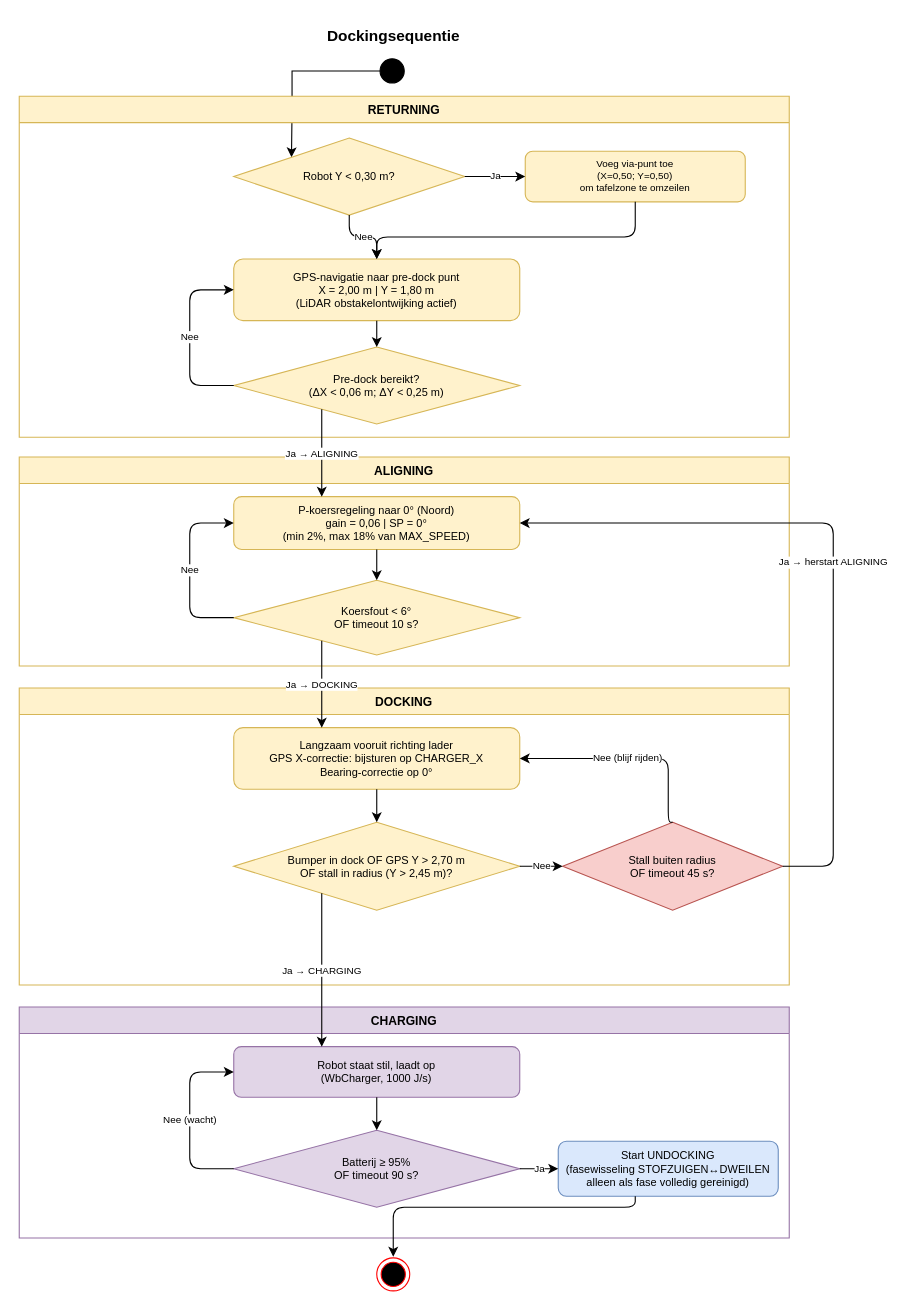
The draw.io diagram docs/diagrams/draw.io/docking.drawio in DenGian/roomba-webots-digital-twin, before the edit. Source tidied: cells renumbered, new cells numbered last; positions are measured from the earlier drawing's top-left corner, leaving out a move shared by most shapes. Both pictures are drawn from the tidied source at 110%, with x=0, y=0 at pixel (19, 19).
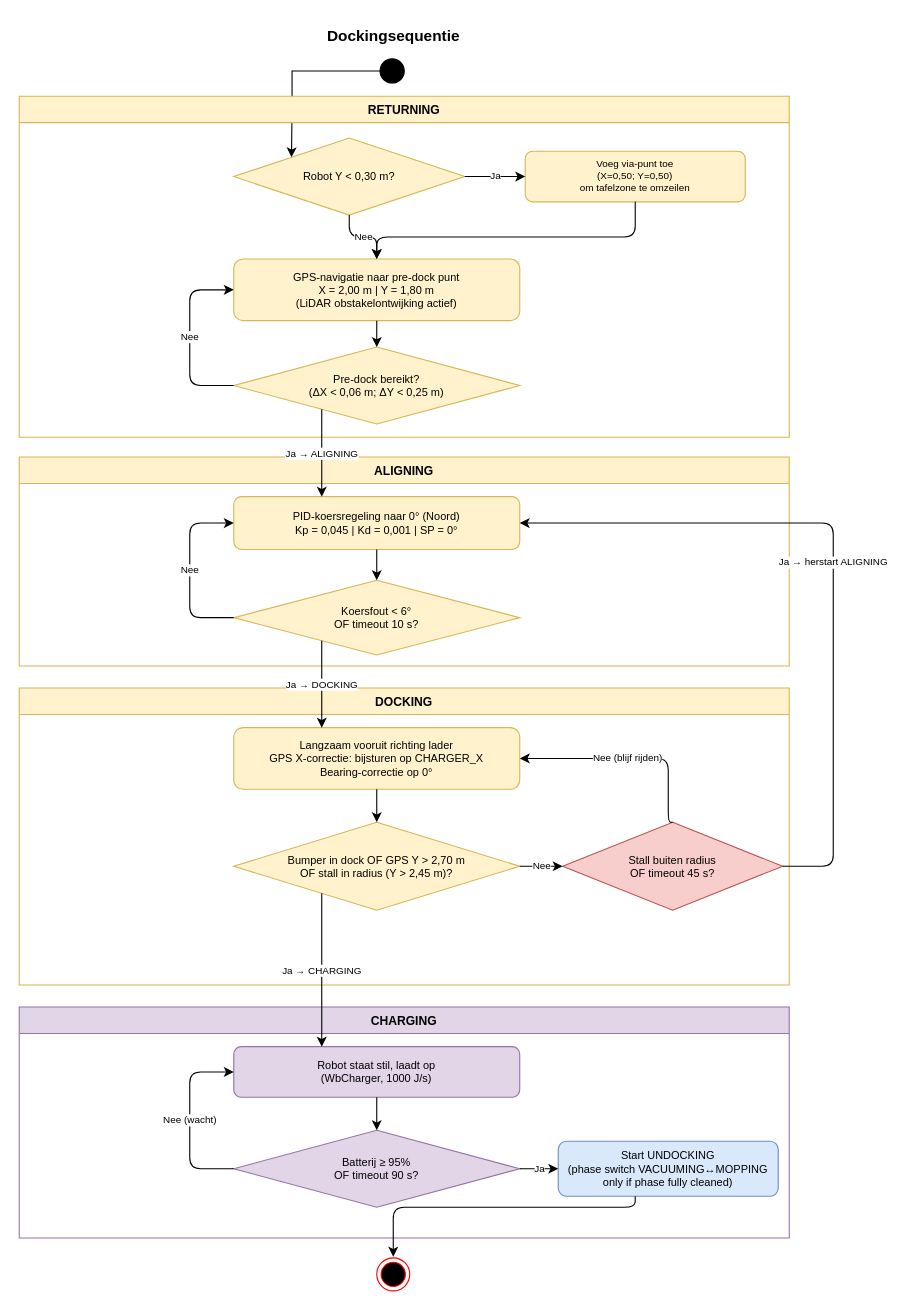
The same page after the edit.

Unchanged cells that the change refers to:
```xml
<mxCell id="15" value="ALIGNING" style="swimlane;fillColor=#fff2cc;strokeColor=#d6b656;fontStyle=1;fontSize=11;startSize=24;" parent="1" vertex="1">
  <mxGeometry y="398" width="700" height="190" as="geometry" />
</mxCell>
<mxCell id="27" value="CHARGING" style="swimlane;fillColor=#e1d5e7;strokeColor=#9673a6;fontStyle=1;fontSize=11;startSize=24;" parent="1" vertex="1">
  <mxGeometry y="898" width="700" height="210" as="geometry" />
</mxCell>
```

Diff of the diagram source:
```diff
@@
-    <mxCell id="16" value="P-koersregeling naar 0° (Noord)&#10;gain = 0,06 | SP = 0°&#10;(min 2%, max 18% van MAX_SPEED)" style="rounded=1;whiteSpace=wrap;html=1;fillColor=#fff2cc;strokeColor=#d6b656;fontSize=10;" parent="15" vertex="1">
+    <mxCell id="16" value="PID-koersregeling naar 0° (Noord)&#10;Kp = 0,045 | Kd = 0,001 | SP = 0°" style="rounded=1;whiteSpace=wrap;html=1;fillColor=#fff2cc;strokeColor=#d6b656;fontSize=10;" parent="15" vertex="1">
       <mxGeometry x="195" y="36" width="260" height="48" as="geometry" />
     </mxCell>
@@
-    <mxCell id="30" value="Start UNDOCKING&#10;(fasewisseling STOFZUIGEN↔DWEILEN&#10;alleen als fase volledig gereinigd)" style="rounded=1;whiteSpace=wrap;html=1;fillColor=#dae8fc;strokeColor=#6c8ebf;fontSize=10;" parent="27" vertex="1">
+    <mxCell id="30" value="Start UNDOCKING&#10;(phase switch VACUUMING↔MOPPING&#10;only if phase fully cleaned)" style="rounded=1;whiteSpace=wrap;html=1;fillColor=#dae8fc;strokeColor=#6c8ebf;fontSize=10;" parent="27" vertex="1">
       <mxGeometry x="490" y="122" width="200" height="50" as="geometry" />
     </mxCell>
```
